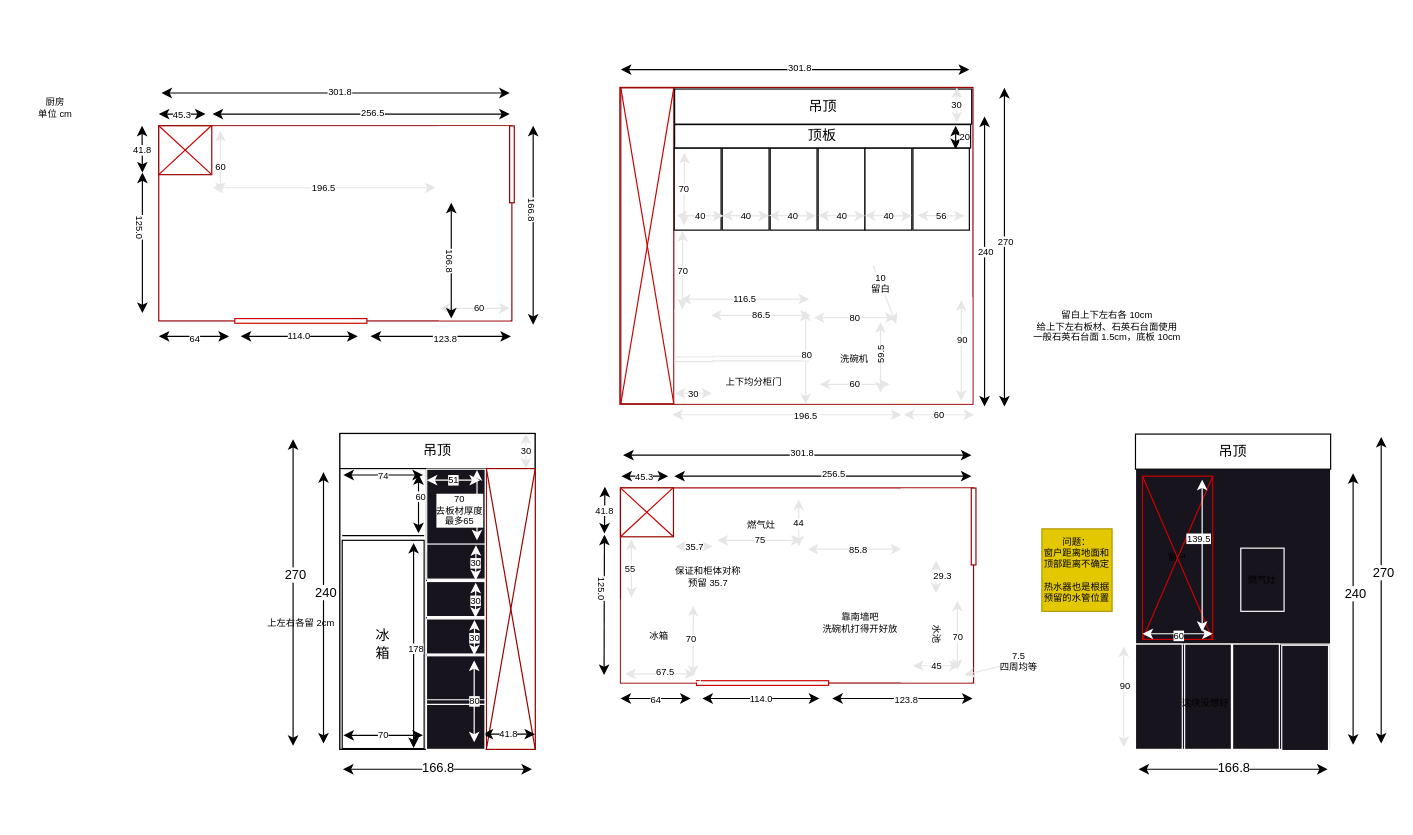
This is 厨房.dio from ChengCuotuo/note, a draw.io file, before an edit. Source tidied: cells renumbered, new cells numbered last; positions are measured from the earlier drawing's top-left corner, leaving out a move shared by most shapes. Both pictures are drawn from the tidied source at 117%, with x=0, y=0 at pixel (20, 69).
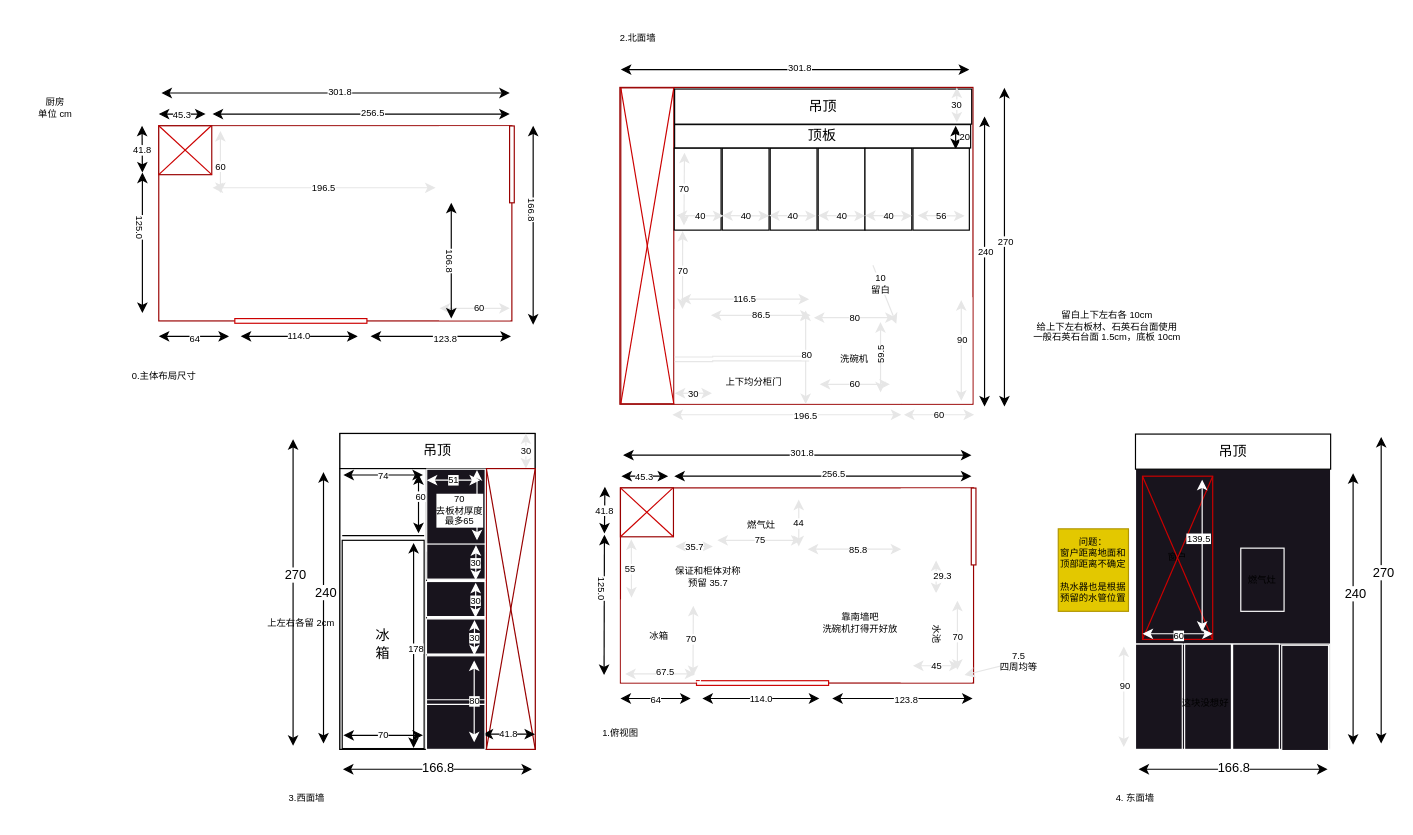
The same page after the edit.

What changed in the source:
```diff
@@
     <mxCell id="192" value="问题：&lt;br&gt;窗户距离地面和顶部距离不确定&lt;br&gt;&lt;br&gt;热水器也是根据预留的水管位置" style="text;html=1;strokeColor=#B09500;fillColor=#e3c800;align=center;verticalAlign=middle;whiteSpace=wrap;rounded=0;fontSize=8;fontColor=#000000;" parent="1" vertex="1">
-      <mxGeometry x="873" y="392.5" width="60" height="70.5" as="geometry" />
+      <mxGeometry x="887" y="392.5" width="60" height="70.5" as="geometry" />
     </mxCell>
@@
+    <mxCell id="199" value="0.主体布局尺寸" style="text;html=1;strokeColor=none;fillColor=none;align=center;verticalAlign=middle;whiteSpace=wrap;rounded=0;fontSize=8;" parent="1" vertex="1">
+      <mxGeometry x="93" y="246.7" width="60" height="30" as="geometry" />
+    </mxCell>
+    <mxCell id="200" value="1.俯视图" style="text;html=1;strokeColor=none;fillColor=none;align=center;verticalAlign=middle;whiteSpace=wrap;rounded=0;fontSize=8;" parent="1" vertex="1">
+      <mxGeometry x="482.8" y="552" width="60" height="30" as="geometry" />
+    </mxCell>
+    <mxCell id="201" value="2.北面墙" style="text;html=1;strokeColor=none;fillColor=none;align=center;verticalAlign=middle;whiteSpace=wrap;rounded=0;fontSize=8;" parent="1" vertex="1">
+      <mxGeometry x="498" y="-42" width="60" height="30" as="geometry" />
+    </mxCell>
+    <mxCell id="202" value="3.西面墙" style="text;html=1;strokeColor=none;fillColor=none;align=center;verticalAlign=middle;whiteSpace=wrap;rounded=0;fontSize=8;" parent="1" vertex="1">
+      <mxGeometry x="215" y="608" width="60" height="30" as="geometry" />
+    </mxCell>
+    <mxCell id="203" value="4. 东面墙" style="text;html=1;strokeColor=none;fillColor=none;align=center;verticalAlign=middle;whiteSpace=wrap;rounded=0;fontSize=8;" parent="1" vertex="1">
+      <mxGeometry x="923" y="608" width="60" height="30" as="geometry" />
+    </mxCell>
```
